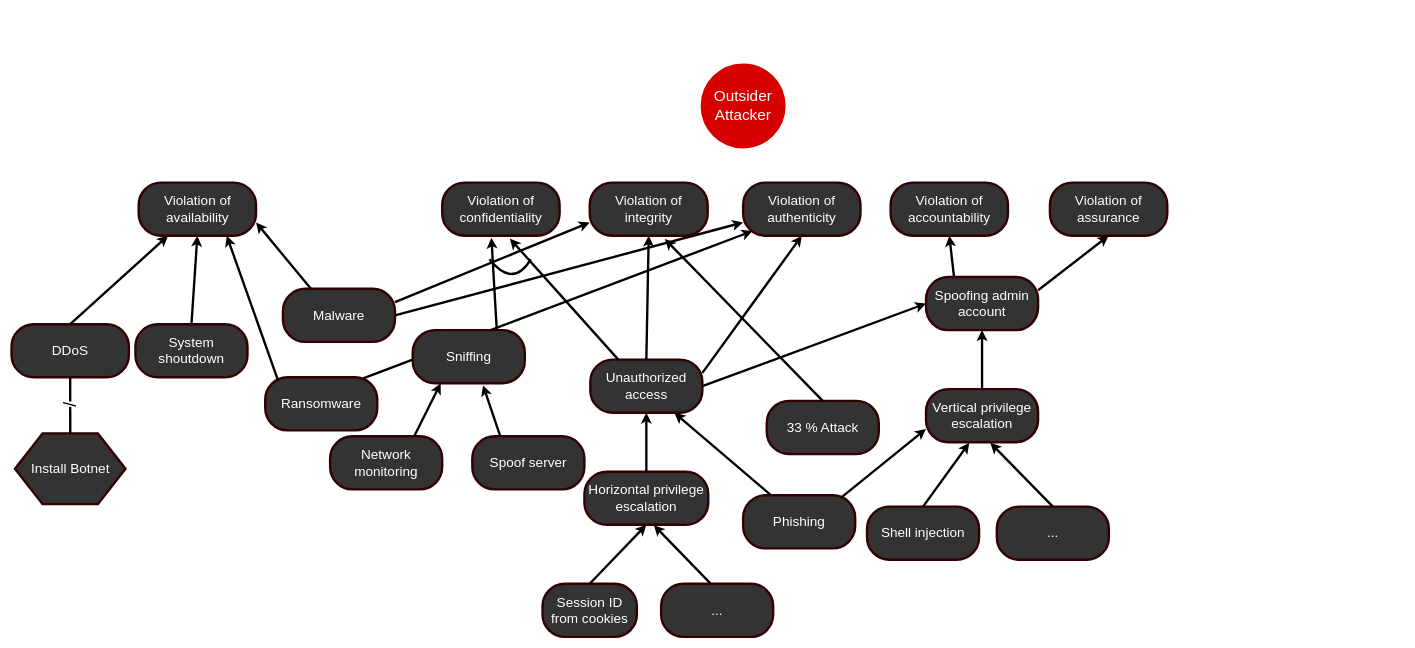
Before: Outsider attack trees.drawio in marzdeveloper/SoftwareCybersecurity, a draw.io diagram. Source tidied: cells renumbered, new cells numbered last; positions are measured from the earlier drawing's top-left corner, leaving out a move shared by most shapes. Both pictures are drawn from the tidied source at 59%, with x=0, y=0 at pixel (11, 64).
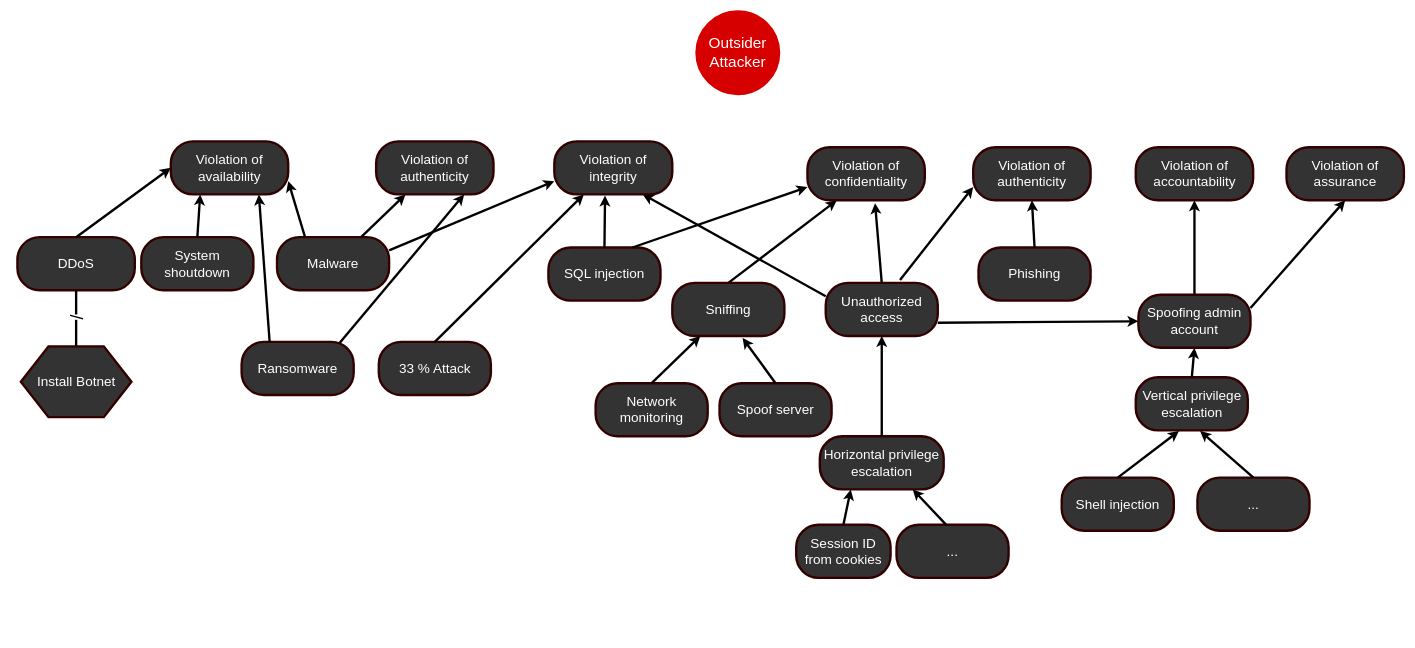
Above is the later version.

The edit, as a diff of the source:
```diff
@@
     <mxCell id="2" value="&lt;font color=&quot;#ffffff&quot; style=&quot;font-size: 26px&quot;&gt;Outsider&lt;br&gt;Attacker&lt;br&gt;&lt;/font&gt;" style="ellipse;whiteSpace=wrap;html=1;strokeColor=#D70000;strokeWidth=4;fillColor=#D70000;gradientColor=none;" parent="1" vertex="1">
-      <mxGeometry x="1170" width="140" height="140" as="geometry" />
+      <mxGeometry x="1161" y="-90" width="140" height="140" as="geometry" />
     </mxCell>
     <mxCell id="3" value="&lt;font color=&quot;#ffffff&quot; style=&quot;font-size: 23px&quot;&gt;Violation of authenticity&lt;/font&gt;" style="rounded=1;whiteSpace=wrap;html=1;strokeColor=#330000;strokeWidth=4;fillColor=#333333;gradientColor=none;arcSize=42;" parent="1" vertex="1">
-      <mxGeometry x="1240" y="200" width="199" height="90" as="geometry" />
+      <mxGeometry x="1630" y="140" width="199" height="90" as="geometry" />
     </mxCell>
     <mxCell id="4" value="&lt;font color=&quot;#ffffff&quot; style=&quot;font-size: 23px&quot;&gt;Violation of accountability&lt;/font&gt;" style="rounded=1;whiteSpace=wrap;html=1;strokeColor=#330000;strokeWidth=4;fillColor=#333333;gradientColor=none;arcSize=42;" parent="1" vertex="1">
-      <mxGeometry x="1490" y="200" width="199" height="90" as="geometry" />
+      <mxGeometry x="1905.5" y="140" width="199" height="90" as="geometry" />
     </mxCell>
     <mxCell id="5" style="edgeStyle=orthogonalEdgeStyle;jumpStyle=none;jettySize=auto;html=1;entryX=0.5;entryY=1;entryDx=0;entryDy=0;endArrow=classicThin;endFill=0;strokeColor=none;strokeWidth=4;fontColor=#FFD966;curved=1;" parent="1" edge="1" source="6">
       <mxGeometry relative="1" as="geometry">
-        <mxPoint x="369.5" y="300" as="targetPoint" />
+        <mxPoint x="489.5" y="240" as="targetPoint" />
       </mxGeometry>
     </mxCell>
     <mxCell id="6" value="&lt;font color=&quot;#ffffff&quot;&gt;&lt;span style=&quot;font-size: 23px&quot;&gt;System shoutdown&lt;/span&gt;&lt;/font&gt;" style="rounded=1;whiteSpace=wrap;html=1;strokeColor=#330000;strokeWidth=4;fillColor=#333333;gradientColor=none;arcSize=42;" parent="1" vertex="1">
-      <mxGeometry x="210" y="440" width="190" height="90" as="geometry" />
+      <mxGeometry x="220" y="292.5" width="190" height="90" as="geometry" />
     </mxCell>
-    <mxCell id="7" style="endArrow=classic;html=1;strokeColor=#000000;strokeWidth=4;fontColor=#FFD966;entryX=0.5;entryY=1;entryDx=0;entryDy=0;exitX=0.5;exitY=0;exitDx=0;exitDy=0;" parent="1" edge="1" source="6" target="28">
+    <mxCell id="7" style="endArrow=classic;html=1;strokeColor=#000000;strokeWidth=4;fontColor=#FFD966;entryX=0.25;entryY=1;entryDx=0;entryDy=0;exitX=0.5;exitY=0;exitDx=0;exitDy=0;" parent="1" edge="1" source="6" target="28">
       <mxGeometry relative="1" as="geometry" />
     </mxCell>
     <mxCell id="8" value="&lt;font color=&quot;#ffffff&quot;&gt;&lt;span style=&quot;font-size: 23px&quot;&gt;Unauthorized access&lt;/span&gt;&lt;/font&gt;" style="rounded=1;whiteSpace=wrap;html=1;strokeColor=#330000;strokeWidth=4;fillColor=#333333;gradientColor=none;arcSize=42;" parent="1" vertex="1">
-      <mxGeometry x="981" y="500" width="190" height="90" as="geometry" />
+      <mxGeometry x="1380" y="370" width="190" height="90" as="geometry" />
     </mxCell>
     <mxCell id="9" value="&lt;font color=&quot;#ffffff&quot;&gt;&lt;span style=&quot;font-size: 23px&quot;&gt;Network monitoring&lt;/span&gt;&lt;/font&gt;" style="rounded=1;whiteSpace=wrap;html=1;strokeColor=#330000;strokeWidth=4;fillColor=#333333;gradientColor=none;arcSize=42;" parent="1" vertex="1">
-      <mxGeometry x="540" y="630" width="190" height="90" as="geometry" />
+      <mxGeometry x="990" y="540" width="190" height="90" as="geometry" />
     </mxCell>
     <mxCell id="10" value="&lt;font color=&quot;#ffffff&quot;&gt;&lt;span style=&quot;font-size: 23px&quot;&gt;Spoof server&lt;/span&gt;&lt;/font&gt;" style="rounded=1;whiteSpace=wrap;html=1;strokeColor=#330000;strokeWidth=4;fillColor=#333333;gradientColor=none;arcSize=42;" parent="1" vertex="1">
-      <mxGeometry x="781" y="630" width="190" height="90" as="geometry" />
+      <mxGeometry x="1200" y="540" width="190" height="90" as="geometry" />
     </mxCell>
-    <mxCell id="11" style="endArrow=classic;html=1;strokeColor=#000000;strokeWidth=4;fontColor=#FFD966;entryX=0.419;entryY=1.038;entryDx=0;entryDy=0;exitX=0.75;exitY=0;exitDx=0;exitDy=0;entryPerimeter=0;" parent="1" edge="1" source="54" target="52">
+    <mxCell id="11" style="endArrow=classic;html=1;strokeColor=#000000;strokeWidth=4;fontColor=#FFD966;entryX=0.25;entryY=1;entryDx=0;entryDy=0;exitX=0.5;exitY=0;exitDx=0;exitDy=0;" parent="1" edge="1" source="54" target="52">
       <mxGeometry relative="1" as="geometry" />
     </mxCell>
-    <mxCell id="12" style="endArrow=classic;html=1;strokeColor=#000000;strokeWidth=4;fontColor=#FFD966;entryX=0.5;entryY=1;entryDx=0;entryDy=0;exitX=0.5;exitY=0;exitDx=0;exitDy=0;" parent="1" edge="1" source="8" target="53">
+    <mxCell id="12" style="endArrow=classic;html=1;strokeColor=#000000;strokeWidth=4;fontColor=#FFD966;entryX=0.75;entryY=1;entryDx=0;entryDy=0;exitX=0;exitY=0.25;exitDx=0;exitDy=0;" parent="1" edge="1" source="8" target="53">
       <mxGeometry relative="1" as="geometry" />
     </mxCell>
-    <mxCell id="13" style="endArrow=none;html=1;strokeColor=#000000;strokeWidth=4;fontColor=#FFD966;curved=1;" parent="1" edge="1">
-      <mxGeometry relative="1" as="geometry">
-        <mxPoint x="810" y="330" as="sourcePoint" />
-        <mxPoint x="880" y="330" as="targetPoint" />
-        <Array as="points">
-          <mxPoint x="850" y="380" />
-        </Array>
-      </mxGeometry>
-    </mxCell>
-    <mxCell id="14" style="endArrow=classic;html=1;strokeColor=#000000;strokeWidth=4;fontColor=#FFD966;exitX=0.75;exitY=0;exitDx=0;exitDy=0;entryX=0.25;entryY=1;entryDx=0;entryDy=0;" parent="1" edge="1" source="9" target="54">
+    <mxCell id="14" style="endArrow=classic;html=1;strokeColor=#000000;strokeWidth=4;fontColor=#FFD966;exitX=0.5;exitY=0;exitDx=0;exitDy=0;entryX=0.25;entryY=1;entryDx=0;entryDy=0;" parent="1" edge="1" source="9" target="54">
       <mxGeometry relative="1" as="geometry" />
     </mxCell>
-    <mxCell id="15" style="endArrow=classic;html=1;strokeColor=#000000;strokeWidth=4;fontColor=#FFD966;entryX=0.627;entryY=1.038;entryDx=0;entryDy=0;entryPerimeter=0;exitX=0.25;exitY=0;exitDx=0;exitDy=0;" parent="1" edge="1" source="10" target="54">
+    <mxCell id="15" style="endArrow=classic;html=1;strokeColor=#000000;strokeWidth=4;fontColor=#FFD966;entryX=0.627;entryY=1.038;entryDx=0;entryDy=0;entryPerimeter=0;exitX=0.5;exitY=0;exitDx=0;exitDy=0;" parent="1" edge="1" source="10" target="54">
       <mxGeometry relative="1" as="geometry" />
     </mxCell>
     <mxCell id="16" value="&lt;font color=&quot;#ffffff&quot;&gt;&lt;span style=&quot;font-size: 23px&quot;&gt;Horizontal privilege escalation&lt;/span&gt;&lt;/font&gt;" style="rounded=1;whiteSpace=wrap;html=1;strokeColor=#330000;strokeWidth=4;fillColor=#333333;gradientColor=none;arcSize=42;" parent="1" vertex="1">
-      <mxGeometry x="971" y="690" width="210" height="90" as="geometry" />
+      <mxGeometry x="1370" y="630" width="210" height="90" as="geometry" />
     </mxCell>
@@
     <mxCell id="18" value="&lt;font color=&quot;#ffffff&quot;&gt;&lt;span style=&quot;font-size: 23px&quot;&gt;Session ID from cookies&lt;/span&gt;&lt;/font&gt;" style="rounded=1;whiteSpace=wrap;html=1;strokeColor=#330000;strokeWidth=4;fillColor=#333333;gradientColor=none;arcSize=42;" parent="1" vertex="1">
-      <mxGeometry x="900" y="880" width="160" height="90" as="geometry" />
+      <mxGeometry x="1330" y="780" width="160" height="90" as="geometry" />
     </mxCell>
-    <mxCell id="19" style="endArrow=classic;html=1;strokeColor=#000000;strokeWidth=4;fontColor=#FFD966;entryX=0.5;entryY=1;entryDx=0;entryDy=0;exitX=0.5;exitY=0;exitDx=0;exitDy=0;" parent="1" edge="1" source="18" target="16">
+    <mxCell id="19" style="endArrow=classic;html=1;strokeColor=#000000;strokeWidth=4;fontColor=#FFD966;entryX=0.25;entryY=1;entryDx=0;entryDy=0;exitX=0.5;exitY=0;exitDx=0;exitDy=0;" parent="1" edge="1" source="18" target="16">
       <mxGeometry relative="1" as="geometry" />
     </mxCell>
     <mxCell id="20" value="&lt;font color=&quot;#ffffff&quot;&gt;&lt;span style=&quot;font-size: 23px&quot;&gt;...&lt;/span&gt;&lt;/font&gt;" style="rounded=1;whiteSpace=wrap;html=1;strokeColor=#330000;strokeWidth=4;fillColor=#333333;gradientColor=none;arcSize=42;" parent="1" vertex="1">
-      <mxGeometry x="1101" y="880" width="190" height="90" as="geometry" />
+      <mxGeometry x="1500" y="780" width="190" height="90" as="geometry" />
     </mxCell>
-    <mxCell id="21" style="endArrow=classic;html=1;strokeColor=#000000;strokeWidth=4;fontColor=#FFD966;entryX=0.56;entryY=1.006;entryDx=0;entryDy=0;exitX=0.446;exitY=0.006;exitDx=0;exitDy=0;entryPerimeter=0;exitPerimeter=0;" parent="1" edge="1" source="20" target="16">
+    <mxCell id="21" style="endArrow=classic;html=1;strokeColor=#000000;strokeWidth=4;fontColor=#FFD966;entryX=0.75;entryY=1;entryDx=0;entryDy=0;exitX=0.446;exitY=0.006;exitDx=0;exitDy=0;exitPerimeter=0;" parent="1" edge="1" source="20" target="16">
       <mxGeometry relative="1" as="geometry" />
     </mxCell>
     <mxCell id="22" value="&lt;font color=&quot;#ffffff&quot; style=&quot;font-size: 23px&quot;&gt;Violation of assurance&lt;/font&gt;" style="rounded=1;whiteSpace=wrap;html=1;strokeColor=#330000;strokeWidth=4;fillColor=#333333;gradientColor=none;arcSize=42;" parent="1" vertex="1">
-      <mxGeometry x="1760" y="200" width="199" height="90" as="geometry" />
+      <mxGeometry x="2161" y="140" width="199" height="90" as="geometry" />
     </mxCell>
-    <mxCell id="23" style="endArrow=classic;html=1;strokeColor=#000000;strokeWidth=4;fontColor=#FFD966;entryX=0.5;entryY=1;entryDx=0;entryDy=0;exitX=1;exitY=0.25;exitDx=0;exitDy=0;" parent="1" edge="1" source="8" target="3">
+    <mxCell id="23" style="endArrow=classic;html=1;strokeColor=#000000;strokeWidth=4;fontColor=#FFD966;entryX=0;entryY=0.75;entryDx=0;entryDy=0;exitX=0.663;exitY=-0.056;exitDx=0;exitDy=0;exitPerimeter=0;" parent="1" edge="1" source="8" target="3">
       <mxGeometry relative="1" as="geometry" />
     </mxCell>
-    <mxCell id="24" style="endArrow=classic;html=1;strokeColor=#000000;strokeWidth=4;fontColor=#FFD966;entryX=0.5;entryY=1;entryDx=0;entryDy=0;exitX=0.25;exitY=0;exitDx=0;exitDy=0;" parent="1" edge="1" source="26" target="4">
+    <mxCell id="24" style="endArrow=classic;html=1;strokeColor=#000000;strokeWidth=4;fontColor=#FFD966;entryX=0.5;entryY=1;entryDx=0;entryDy=0;exitX=0.5;exitY=0;exitDx=0;exitDy=0;" parent="1" edge="1" source="26" target="4">
       <mxGeometry relative="1" as="geometry" />
     </mxCell>
@@
     <mxCell id="26" value="&lt;font color=&quot;#ffffff&quot;&gt;&lt;span style=&quot;font-size: 23px&quot;&gt;Spoofing admin account&lt;br&gt;&lt;/span&gt;&lt;/font&gt;" style="rounded=1;whiteSpace=wrap;html=1;strokeColor=#330000;strokeWidth=4;fillColor=#333333;gradientColor=none;arcSize=42;" parent="1" vertex="1">
-      <mxGeometry x="1550" y="360" width="190" height="90" as="geometry" />
+      <mxGeometry x="1910" y="390" width="190" height="90" as="geometry" />
     </mxCell>
-    <mxCell id="27" style="endArrow=classic;html=1;strokeColor=#000000;strokeWidth=4;fontColor=#FFD966;exitX=1;exitY=0.5;exitDx=0;exitDy=0;entryX=0;entryY=0.5;entryDx=0;entryDy=0;" parent="1" edge="1" source="8" target="26">
+    <mxCell id="27" style="endArrow=classic;html=1;strokeColor=#000000;strokeWidth=4;fontColor=#FFD966;exitX=1;exitY=0.75;exitDx=0;exitDy=0;entryX=0;entryY=0.5;entryDx=0;entryDy=0;" parent="1" edge="1" source="8" target="26">
       <mxGeometry relative="1" as="geometry" />
     </mxCell>
     <mxCell id="28" value="&lt;font color=&quot;#ffffff&quot; style=&quot;font-size: 23px&quot;&gt;Violation of availability&lt;/font&gt;" style="rounded=1;whiteSpace=wrap;html=1;strokeColor=#330000;strokeWidth=4;fillColor=#333333;gradientColor=none;arcSize=42;" parent="1" vertex="1">
-      <mxGeometry x="215.5" y="200" width="199" height="90" as="geometry" />
+      <mxGeometry x="270" y="130" width="199" height="90" as="geometry" />
     </mxCell>
     <mxCell id="29" value="&lt;font color=&quot;#ffffff&quot; style=&quot;font-size: 23px&quot;&gt;DDoS&lt;/font&gt;" style="rounded=1;whiteSpace=wrap;html=1;strokeColor=#330000;strokeWidth=4;fillColor=#333333;gradientColor=none;arcSize=42;" parent="1" vertex="1">
-      <mxGeometry y="440" width="199" height="90" as="geometry" />
+      <mxGeometry x="10" y="292.5" width="199" height="90" as="geometry" />
     </mxCell>
-    <mxCell id="30" style="endArrow=classic;html=1;strokeColor=#000000;strokeWidth=4;fontColor=#FFD966;exitX=0.5;exitY=0;exitDx=0;exitDy=0;entryX=0.25;entryY=1;entryDx=0;entryDy=0;" parent="1" edge="1" source="29" target="28">
+    <mxCell id="30" style="endArrow=classic;html=1;strokeColor=#000000;strokeWidth=4;fontColor=#FFD966;exitX=0.5;exitY=0;exitDx=0;exitDy=0;entryX=0;entryY=0.5;entryDx=0;entryDy=0;" parent="1" edge="1" source="29" target="28">
       <mxGeometry relative="1" as="geometry" />
     </mxCell>
     <mxCell id="31" value="&lt;font style=&quot;font-size: 23px&quot;&gt;Install Botnet&lt;/font&gt;" style="shape=hexagon;perimeter=hexagonPerimeter2;whiteSpace=wrap;html=1;fillColor=#333333;fontColor=#FFFFFF;rounded=0;strokeWidth=4;strokeColor=#330000;" parent="1" vertex="1">
-      <mxGeometry x="5.8" y="625" width="187.5" height="120" as="geometry" />
+      <mxGeometry x="15.8" y="477.5" width="187.5" height="120" as="geometry" />
     </mxCell>
@@
     <mxCell id="33" value="&lt;font color=&quot;#ffffff&quot;&gt;&lt;span style=&quot;font-size: 23px&quot;&gt;33 % Attack&lt;/span&gt;&lt;/font&gt;" style="rounded=1;whiteSpace=wrap;html=1;strokeColor=#330000;strokeWidth=4;fillColor=#333333;gradientColor=none;arcSize=42;" parent="1" vertex="1">
-      <mxGeometry x="1280" y="570" width="190" height="90" as="geometry" />
+      <mxGeometry x="622.5" y="470" width="190" height="90" as="geometry" />
     </mxCell>
-    <mxCell id="34" style="endArrow=classic;html=1;strokeColor=#000000;strokeWidth=4;fontColor=#FFD966;entryX=0.637;entryY=1.062;entryDx=0;entryDy=0;exitX=0.5;exitY=0;exitDx=0;exitDy=0;entryPerimeter=0;" parent="1" edge="1" source="33" target="53">
+    <mxCell id="34" style="endArrow=classic;html=1;strokeColor=#000000;strokeWidth=4;fontColor=#FFD966;entryX=0.25;entryY=1;entryDx=0;entryDy=0;exitX=0.5;exitY=0;exitDx=0;exitDy=0;" parent="1" edge="1" source="33" target="53">
       <mxGeometry relative="1" as="geometry" />
     </mxCell>
     <mxCell id="35" value="&lt;font color=&quot;#ffffff&quot;&gt;&lt;span style=&quot;font-size: 23px&quot;&gt;Vertical privilege escalation&lt;/span&gt;&lt;/font&gt;" style="rounded=1;whiteSpace=wrap;html=1;strokeColor=#330000;strokeWidth=4;fillColor=#333333;gradientColor=none;arcSize=42;" parent="1" vertex="1">
-      <mxGeometry x="1550" y="550" width="190" height="90" as="geometry" />
+      <mxGeometry x="1905.5" y="530" width="190" height="90" as="geometry" />
     </mxCell>
     <mxCell id="36" value="&lt;font color=&quot;#ffffff&quot;&gt;&lt;span style=&quot;font-size: 23px&quot;&gt;Shell injection&lt;/span&gt;&lt;/font&gt;" style="rounded=1;whiteSpace=wrap;html=1;strokeColor=#330000;strokeWidth=4;fillColor=#333333;gradientColor=none;arcSize=42;" parent="1" vertex="1">
-      <mxGeometry x="1450" y="749.2" width="190" height="90" as="geometry" />
+      <mxGeometry x="1780" y="700" width="190" height="90" as="geometry" />
     </mxCell>
@@
     <mxCell id="39" value="&lt;font color=&quot;#ffffff&quot;&gt;&lt;span style=&quot;font-size: 23px&quot;&gt;...&lt;/span&gt;&lt;/font&gt;" style="rounded=1;whiteSpace=wrap;html=1;strokeColor=#330000;strokeWidth=4;fillColor=#333333;gradientColor=none;arcSize=42;" parent="1" vertex="1">
-      <mxGeometry x="1670" y="749.2" width="190" height="90" as="geometry" />
+      <mxGeometry x="2010" y="700" width="190" height="90" as="geometry" />
     </mxCell>
@@
     <mxCell id="41" value="&lt;font color=&quot;#ffffff&quot;&gt;&lt;span style=&quot;font-size: 23px&quot;&gt;Malware&lt;/span&gt;&lt;/font&gt;" style="rounded=1;whiteSpace=wrap;html=1;strokeColor=#330000;strokeWidth=4;fillColor=#333333;gradientColor=none;arcSize=42;" parent="1" vertex="1">
-      <mxGeometry x="460" y="380" width="190" height="90" as="geometry" />
+      <mxGeometry x="450" y="292.5" width="190" height="90" as="geometry" />
     </mxCell>
     <mxCell id="42" value="&lt;font color=&quot;#ffffff&quot;&gt;&lt;span style=&quot;font-size: 23px&quot;&gt;Ransomware&lt;/span&gt;&lt;/font&gt;" style="rounded=1;whiteSpace=wrap;html=1;strokeColor=#330000;strokeWidth=4;fillColor=#333333;gradientColor=none;arcSize=42;" parent="1" vertex="1">
-      <mxGeometry x="430" y="530" width="190" height="90" as="geometry" />
+      <mxGeometry x="390" y="470" width="190" height="90" as="geometry" />
     </mxCell>
-    <mxCell id="43" style="endArrow=classic;html=1;strokeColor=#000000;strokeWidth=4;fontColor=#FFD966;exitX=1;exitY=0.25;exitDx=0;exitDy=0;entryX=0;entryY=0.75;entryDx=0;entryDy=0;" parent="1" edge="1" source="41" target="53">
+    <mxCell id="43" style="endArrow=classic;html=1;strokeColor=#000000;strokeWidth=4;fontColor=#FFD966;entryX=0;entryY=0.75;entryDx=0;entryDy=0;exitX=1;exitY=0.25;exitDx=0;exitDy=0;" parent="1" edge="1" source="41" target="53">
       <mxGeometry relative="1" as="geometry" />
     </mxCell>
@@
-    <mxCell id="45" style="endArrow=classic;html=1;strokeColor=#000000;strokeWidth=4;fontColor=#FFD966;exitX=1;exitY=0.5;exitDx=0;exitDy=0;entryX=0;entryY=0.75;entryDx=0;entryDy=0;" parent="1" edge="1" source="41" target="3">
+    <mxCell id="45" style="endArrow=classic;html=1;strokeColor=#000000;strokeWidth=4;fontColor=#FFD966;exitX=0.75;exitY=0;exitDx=0;exitDy=0;entryX=0.25;entryY=1;entryDx=0;entryDy=0;" parent="1" edge="1" source="41" target="55">
       <mxGeometry relative="1" as="geometry" />
     </mxCell>
-    <mxCell id="46" style="endArrow=classic;html=1;strokeColor=#000000;strokeWidth=4;fontColor=#FFD966;entryX=0.576;entryY=1.054;entryDx=0;entryDy=0;exitX=0.25;exitY=0;exitDx=0;exitDy=0;entryPerimeter=0;" parent="1" edge="1" source="8" target="52">
+    <mxCell id="46" style="endArrow=classic;html=1;strokeColor=#000000;strokeWidth=4;fontColor=#FFD966;entryX=0.576;entryY=1.054;entryDx=0;entryDy=0;exitX=0.5;exitY=0;exitDx=0;exitDy=0;entryPerimeter=0;" parent="1" edge="1" source="8" target="52">
       <mxGeometry relative="1" as="geometry" />
     </mxCell>
-    <mxCell id="47" style="endArrow=classic;html=1;strokeColor=#000000;strokeWidth=4;fontColor=#FFD966;exitX=0.116;exitY=0.067;exitDx=0;exitDy=0;entryX=0.75;entryY=1;entryDx=0;entryDy=0;exitPerimeter=0;" parent="1" edge="1" source="42" target="28">
+    <mxCell id="47" style="endArrow=classic;html=1;strokeColor=#000000;strokeWidth=4;fontColor=#FFD966;exitX=0.25;exitY=0;exitDx=0;exitDy=0;entryX=0.75;entryY=1;entryDx=0;entryDy=0;" parent="1" edge="1" source="42" target="28">
       <mxGeometry relative="1" as="geometry" />
     </mxCell>
-    <mxCell id="48" style="endArrow=classic;html=1;strokeColor=#000000;strokeWidth=4;fontColor=#FFD966;exitX=0.874;exitY=0.022;exitDx=0;exitDy=0;entryX=0.08;entryY=0.911;entryDx=0;entryDy=0;exitPerimeter=0;entryPerimeter=0;" parent="1" edge="1" source="42" target="3">
+    <mxCell id="48" style="endArrow=classic;html=1;strokeColor=#000000;strokeWidth=4;fontColor=#FFD966;exitX=0.874;exitY=0.022;exitDx=0;exitDy=0;entryX=0.75;entryY=1;entryDx=0;entryDy=0;exitPerimeter=0;" parent="1" edge="1" source="42" target="55">
       <mxGeometry relative="1" as="geometry" />
     </mxCell>
     <mxCell id="49" value="&lt;font color=&quot;#ffffff&quot;&gt;&lt;span style=&quot;font-size: 23px&quot;&gt;Phishing&lt;br&gt;&lt;/span&gt;&lt;/font&gt;" style="rounded=1;whiteSpace=wrap;html=1;strokeColor=#330000;strokeWidth=4;fillColor=#333333;gradientColor=none;arcSize=42;" parent="1" vertex="1">
-      <mxGeometry x="1240" y="730" width="190" height="90" as="geometry" />
+      <mxGeometry x="1639" y="310" width="190" height="90" as="geometry" />
     </mxCell>
-    <mxCell id="50" style="endArrow=classic;html=1;strokeColor=#000000;strokeWidth=4;fontColor=#FFD966;entryX=0;entryY=0.75;entryDx=0;entryDy=0;exitX=0.874;exitY=0.044;exitDx=0;exitDy=0;exitPerimeter=0;" parent="1" edge="1" source="49" target="35">
-      <mxGeometry relative="1" as="geometry" />
-    </mxCell>
-    <mxCell id="51" style="endArrow=classic;html=1;strokeColor=#000000;strokeWidth=4;fontColor=#FFD966;entryX=0.75;entryY=1;entryDx=0;entryDy=0;exitX=0.25;exitY=0;exitDx=0;exitDy=0;" parent="1" edge="1" source="49" target="8">
+    <mxCell id="51" style="endArrow=classic;html=1;strokeColor=#000000;strokeWidth=4;fontColor=#FFD966;exitX=0.5;exitY=0;exitDx=0;exitDy=0;entryX=0.5;entryY=1;entryDx=0;entryDy=0;" parent="1" edge="1" source="49" target="3">
       <mxGeometry relative="1" as="geometry" />
     </mxCell>
     <mxCell id="52" value="&lt;font color=&quot;#ffffff&quot; style=&quot;font-size: 23px&quot;&gt;Violation of confidentiality&lt;/font&gt;&lt;span style=&quot;font-family: monospace ; font-size: 0px&quot;&gt;3CmxGraphModel%3E%3Croot%3E%3CmxCell%20id%3D%220%22%2F%3E%3CmxCell%20id%3D%221%22%20parent%3D%220%22%2F%3E%3CmxCell%20id%3D%222%22%20value%3D%22%26lt%3Bfont%20color%3D%26quot%3B%23ffffff%26quot%3B%20style%3D%26quot%3Bfont-size%3A%2023px%26quot%3B%26gt%3BViolation%20of%20availability%26lt%3B%2Ffont%26gt%3B%22%20style%3D%22rounded%3D1%3BwhiteSpace%3Dwrap%3Bhtml%3D1%3BstrokeColor%3D%23330000%3BstrokeWidth%3D4%3BfillColor%3D%23333333%3BgradientColor%3Dnone%3BarcSize%3D42%3B%22%20vertex%3D%221%22%20parent%3D%221%22%3E%3CmxGeometry%20x%3D%22530%22%20y%3D%22260%22%20width%3D%22199%22%20height%3D%2290%22%20as%3D%22geometry%22%2F%3E%3C%2FmxCell%3E%3C%2Froot%3E%3C%2FmxGraphModel%3E&lt;/span&gt;" style="rounded=1;whiteSpace=wrap;html=1;strokeColor=#330000;strokeWidth=4;fillColor=#333333;gradientColor=none;arcSize=42;" parent="1" vertex="1">
-      <mxGeometry x="730" y="200" width="199" height="90" as="geometry" />
+      <mxGeometry x="1349" y="140" width="199" height="90" as="geometry" />
     </mxCell>
     <mxCell id="53" value="&lt;font color=&quot;#ffffff&quot; style=&quot;font-size: 23px&quot;&gt;Violation of integrity&lt;/font&gt;" style="rounded=1;whiteSpace=wrap;html=1;strokeColor=#330000;strokeWidth=4;fillColor=#333333;gradientColor=none;arcSize=42;" parent="1" vertex="1">
-      <mxGeometry x="980" y="200" width="200" height="90" as="geometry" />
+      <mxGeometry x="920" y="130" width="200" height="90" as="geometry" />
     </mxCell>
     <mxCell id="54" value="&lt;font color=&quot;#ffffff&quot;&gt;&lt;span style=&quot;font-size: 23px&quot;&gt;Sniffing&lt;/span&gt;&lt;/font&gt;" style="rounded=1;whiteSpace=wrap;html=1;strokeColor=#330000;strokeWidth=4;fillColor=#333333;gradientColor=none;arcSize=42;" parent="1" vertex="1">
-      <mxGeometry x="680" y="450" width="190" height="90" as="geometry" />
+      <mxGeometry x="1120" y="370" width="190" height="90" as="geometry" />
     </mxCell>
+    <mxCell id="55" value="&lt;font color=&quot;#ffffff&quot; style=&quot;font-size: 23px&quot;&gt;Violation of authenticity&lt;/font&gt;" style="rounded=1;whiteSpace=wrap;html=1;strokeColor=#330000;strokeWidth=4;fillColor=#333333;gradientColor=none;arcSize=42;" parent="1" vertex="1">
+      <mxGeometry x="618" y="130" width="199" height="90" as="geometry" />
+    </mxCell>
+    <mxCell id="56" value="&lt;font color=&quot;#ffffff&quot;&gt;&lt;span style=&quot;font-size: 23px&quot;&gt;SQL injection&lt;/span&gt;&lt;/font&gt;" style="rounded=1;whiteSpace=wrap;html=1;strokeColor=#330000;strokeWidth=4;fillColor=#333333;gradientColor=none;arcSize=42;" parent="1" vertex="1">
+      <mxGeometry x="910" y="310" width="190" height="90" as="geometry" />
+    </mxCell>
+    <mxCell id="57" style="endArrow=classic;html=1;strokeColor=#000000;strokeWidth=4;fontColor=#FFD966;exitX=0.5;exitY=0;exitDx=0;exitDy=0;entryX=0.43;entryY=1.022;entryDx=0;entryDy=0;entryPerimeter=0;" parent="1" edge="1" source="56" target="53">
+      <mxGeometry relative="1" as="geometry" />
+    </mxCell>
+    <mxCell id="58" style="endArrow=classic;html=1;strokeColor=#000000;strokeWidth=4;fontColor=#FFD966;entryX=0;entryY=0.75;entryDx=0;entryDy=0;exitX=0.75;exitY=0;exitDx=0;exitDy=0;" parent="1" edge="1" source="56" target="52">
+      <mxGeometry relative="1" as="geometry" />
+    </mxCell>
```
